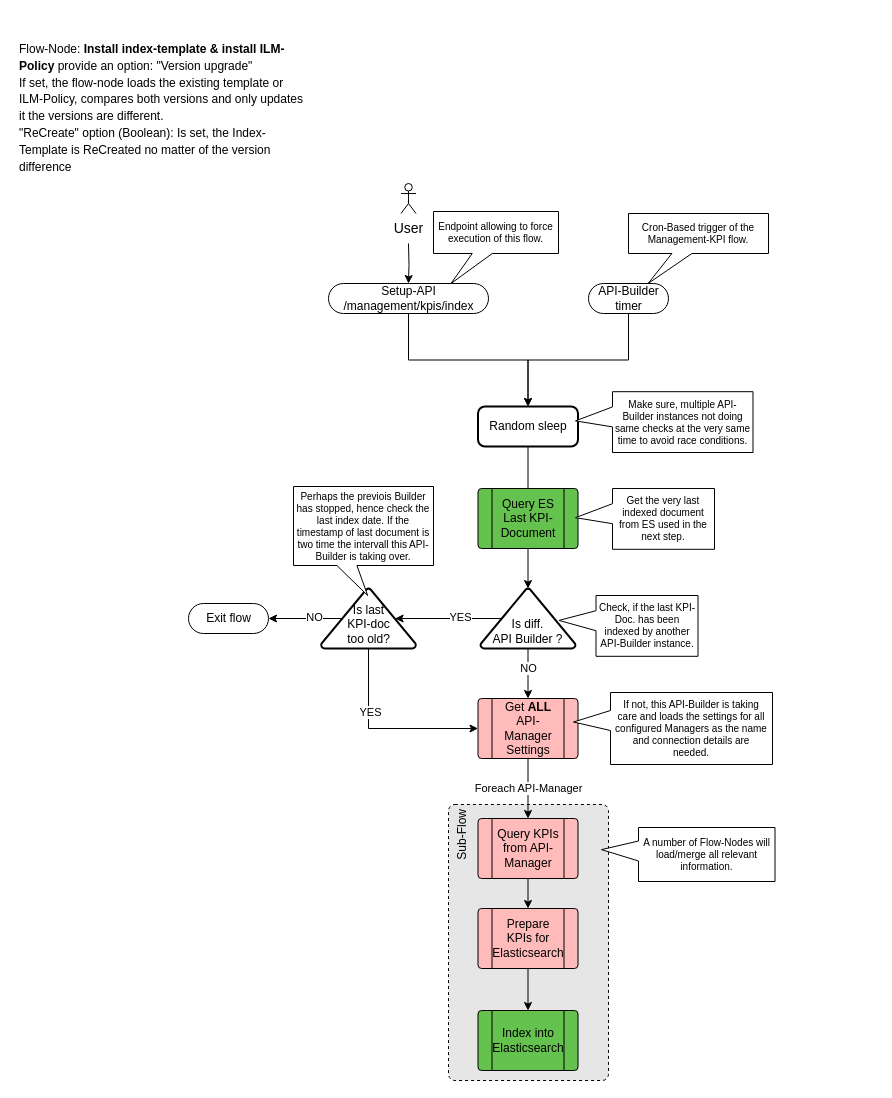
This is page "Management-KPIs" (4 of 4) of imgs/Flow-Documentation.drawio from Axway-API-Management-Plus/apigateway-openlogging-elk, a draw.io file, before an edit. Source tidied: cells renumbered, new cells numbered last; positions are measured from the earlier drawing's top-left corner, leaving out a move shared by most shapes. Both pictures are drawn from the tidied source at 100%, with x=0, y=0 at pixel (17, 33).
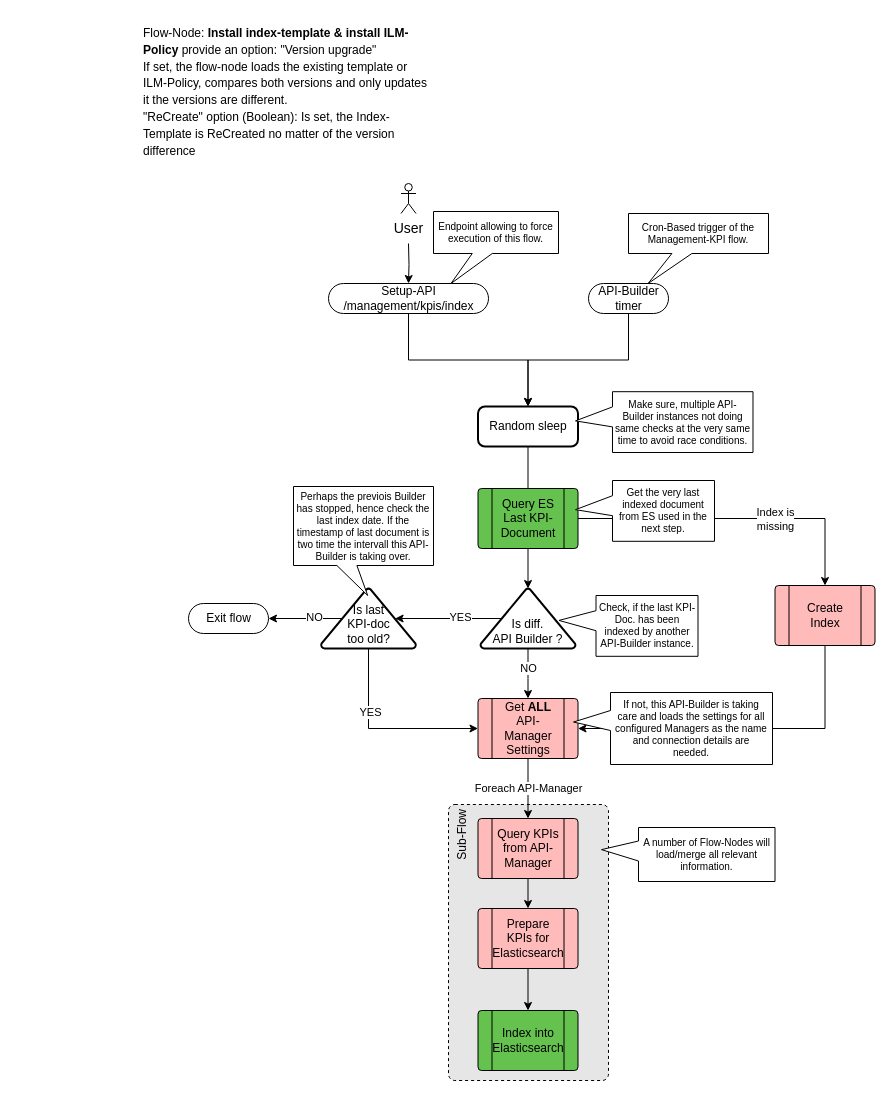
The same page after the edit.

The change refers to these unchanged cells:
```xml
<mxCell id="8" value="Query ES&lt;br&gt;Last KPI-Document" style="verticalLabelPosition=middle;verticalAlign=middle;html=1;shape=process;whiteSpace=wrap;rounded=1;size=0.14;arcSize=6;labelPosition=center;align=center;fillColor=#65C24E;" parent="1" vertex="1">
  <mxGeometry x="460.5" y="455" width="100" height="60" as="geometry" />
</mxCell>
<mxCell id="12" value="Get &lt;b&gt;ALL&lt;/b&gt; API-Manager Settings" style="verticalLabelPosition=middle;verticalAlign=middle;html=1;shape=process;whiteSpace=wrap;rounded=1;size=0.14;arcSize=6;labelPosition=center;align=center;fillColor=#FFBABA;" parent="1" vertex="1">
  <mxGeometry x="460.5" y="665" width="100" height="60" as="geometry" />
</mxCell>
```

Diff of the diagram source:
```diff
@@
+    <mxCell id="41" style="edgeStyle=orthogonalEdgeStyle;rounded=0;jettySize=auto;html=1;exitX=1;exitY=0.5;exitDx=0;exitDy=0;entryX=0.5;entryY=0;entryDx=0;entryDy=0;" parent="1" edge="1" source="8" target="44">
+      <mxGeometry relative="1" as="geometry" />
+    </mxCell>
+    <mxCell id="42" value="Index is&lt;br&gt;missing" style="edgeLabel;html=1;align=center;verticalAlign=middle;" parent="41" vertex="1">
+      <mxGeometry x="0.39" y="-1" relative="1" as="geometry">
+        <mxPoint x="-21" y="-1" as="offset" />
+      </mxGeometry>
+    </mxCell>
@@
     <mxCell id="20" value="&lt;span style=&quot;font-size: 12px ; text-align: center&quot;&gt;Flow-Node:&amp;nbsp;&lt;/span&gt;&lt;b style=&quot;font-size: 12px ; text-align: center&quot;&gt;Install index-template &amp;amp; install ILM-Policy&lt;/b&gt;&lt;span style=&quot;font-size: 12px ; text-align: center&quot;&gt;&amp;nbsp;provide an option: &quot;Version upgrade&quot;&lt;/span&gt;&lt;br style=&quot;font-size: 12px ; text-align: center&quot;&gt;&lt;span style=&quot;font-size: 12px ; text-align: center&quot;&gt;If set, the flow-node loads the existing template or ILM-Policy, compares both versions and only updates it the versions are different.&lt;/span&gt;&lt;br style=&quot;font-size: 12px ; text-align: center&quot;&gt;&lt;span style=&quot;font-size: 12px ; text-align: center&quot;&gt;&quot;ReCreate&quot; option (Boolean): Is set, the Index-Template is ReCreated no matter of the version difference&lt;/span&gt;" style="text;html=1;strokeColor=none;fillColor=none;align=left;verticalAlign=top;whiteSpace=wrap;rounded=0;fontSize=14;" parent="1" vertex="1">
-      <mxGeometry width="287" height="64" as="geometry" />
+      <mxGeometry x="124" y="-16" width="287" height="64" as="geometry" />
     </mxCell>
@@
-    <mxCell id="36" value="Get the very last indexed document from ES used in the next step." style="shape=callout;whiteSpace=wrap;html=1;perimeter=calloutPerimeter;fontSize=10;align=center;position2=0.48;size=37;position=0.25;direction=south;" parent="1" vertex="1">
-      <mxGeometry x="558" y="455" width="139" height="60.8" as="geometry" />
-    </mxCell>
@@
-    <mxCell id="38" value="If not, this API-Builder is taking care and loads the settings for all configured Managers as the name and connection details are needed." style="shape=callout;whiteSpace=wrap;html=1;perimeter=calloutPerimeter;fontSize=10;align=center;position2=0.41;size=37;position=0.25;direction=south;spacing=5;" parent="1" vertex="1">
-      <mxGeometry x="556" y="659" width="199" height="72" as="geometry" />
-    </mxCell>
@@
+    <mxCell id="36" value="Get the very last indexed document from ES used in the next step." style="shape=callout;whiteSpace=wrap;html=1;perimeter=calloutPerimeter;fontSize=10;align=center;position2=0.48;size=37;position=0.25;direction=south;" parent="1" vertex="1">
+      <mxGeometry x="558" y="447" width="139" height="60.8" as="geometry" />
+    </mxCell>
+    <mxCell id="43" style="edgeStyle=orthogonalEdgeStyle;rounded=0;jettySize=auto;html=1;exitX=0.5;exitY=1;exitDx=0;exitDy=0;entryX=1;entryY=0.5;entryDx=0;entryDy=0;" parent="1" edge="1" source="44" target="12">
+      <mxGeometry relative="1" as="geometry" />
+    </mxCell>
+    <mxCell id="44" value="Create&lt;br&gt;Index" style="verticalLabelPosition=middle;verticalAlign=middle;html=1;shape=process;whiteSpace=wrap;rounded=1;size=0.14;arcSize=6;labelPosition=center;align=center;fillColor=#FFBABA;" parent="1" vertex="1">
+      <mxGeometry x="757.5" y="552" width="100" height="60" as="geometry" />
+    </mxCell>
+    <mxCell id="38" value="If not, this API-Builder is taking care and loads the settings for all configured Managers as the name and connection details are needed." style="shape=callout;whiteSpace=wrap;html=1;perimeter=calloutPerimeter;fontSize=10;align=center;position2=0.41;size=37;position=0.25;direction=south;spacing=5;" parent="1" vertex="1">
+      <mxGeometry x="556" y="659" width="199" height="72" as="geometry" />
+    </mxCell>
```
